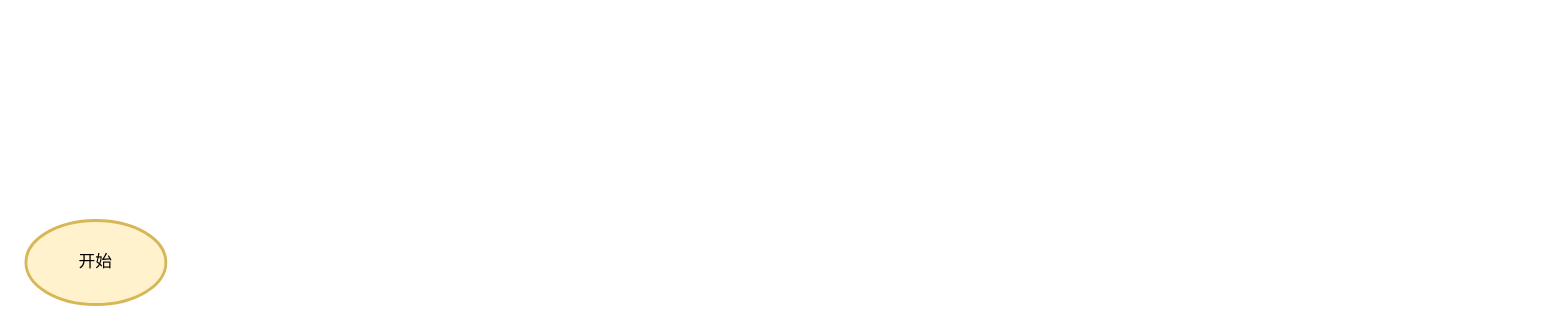
This is uml/未命名绘图.drawio from CIKE-peaked/mylib, a draw.io file, before an edit. Source tidied: cells renumbered, new cells numbered last; positions are measured from the earlier drawing's top-left corner, leaving out a move shared by most shapes. Both pictures are drawn from the tidied source at 140%, with x=0, y=0 at pixel (25, 220).
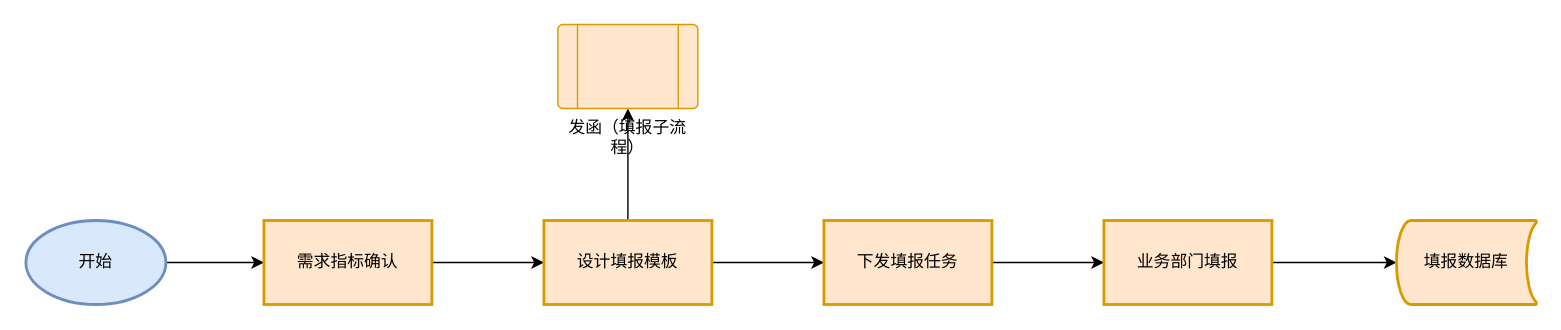
The same page after the edit.

Commit message (it also covers changes not shown here):
更新未命名绘图.drawio

Diff of the diagram source:
```diff
@@
 <mxGraphModel>
   <root>
     <mxCell id="0" />
     <mxCell id="1" parent="0" />
+    <mxCell id="3" style="edgeStyle=orthogonalEdgeStyle;rounded=0;jettySize=auto;html=1;" parent="1" edge="1" source="2" target="5">
+      <mxGeometry relative="1" as="geometry" />
+    </mxCell>
-    <mxCell id="2" value="开始" style="strokeWidth=2;html=1;shape=mxgraph.flowchart.start_1;whiteSpace=wrap;fillColor=#fff2cc;strokeColor=#d6b656;" parent="1" vertex="1">
+    <mxCell id="2" value="开始" style="strokeWidth=2;html=1;shape=mxgraph.flowchart.start_1;whiteSpace=wrap;fillColor=#dae8fc;strokeColor=#6c8ebf;" parent="1" vertex="1">
       <mxGeometry width="100" height="60" as="geometry" />
     </mxCell>
+    <mxCell id="4" style="edgeStyle=orthogonalEdgeStyle;rounded=0;jettySize=auto;html=1;" parent="1" edge="1" source="5" target="8">
+      <mxGeometry relative="1" as="geometry" />
+    </mxCell>
+    <mxCell id="5" value="需求指标确认" style="whiteSpace=wrap;html=1;fillColor=#ffe6cc;strokeColor=#d79b00;strokeWidth=2;" parent="1" vertex="1">
+      <mxGeometry x="170" width="120" height="60" as="geometry" />
+    </mxCell>
+    <mxCell id="6" style="edgeStyle=orthogonalEdgeStyle;rounded=0;jettySize=auto;html=1;" parent="1" edge="1" source="8" target="10">
+      <mxGeometry relative="1" as="geometry" />
+    </mxCell>
+    <mxCell id="7" style="edgeStyle=orthogonalEdgeStyle;rounded=0;jettySize=auto;html=1;" parent="1" edge="1" source="8" target="13">
+      <mxGeometry relative="1" as="geometry" />
+    </mxCell>
+    <mxCell id="8" value="设计填报模板" style="whiteSpace=wrap;html=1;fillColor=#ffe6cc;strokeColor=#d79b00;strokeWidth=2;" parent="1" vertex="1">
+      <mxGeometry x="370" width="120" height="60" as="geometry" />
+    </mxCell>
+    <mxCell id="9" style="edgeStyle=orthogonalEdgeStyle;rounded=0;jettySize=auto;html=1;" parent="1" edge="1" source="10" target="12">
+      <mxGeometry relative="1" as="geometry" />
+    </mxCell>
+    <mxCell id="10" value="下发填报任务" style="whiteSpace=wrap;html=1;fillColor=#ffe6cc;strokeColor=#d79b00;strokeWidth=2;" parent="1" vertex="1">
+      <mxGeometry x="570" width="120" height="60" as="geometry" />
+    </mxCell>
+    <mxCell id="11" style="edgeStyle=orthogonalEdgeStyle;rounded=0;jettySize=auto;html=1;" parent="1" edge="1" source="12" target="14">
+      <mxGeometry relative="1" as="geometry" />
+    </mxCell>
+    <mxCell id="12" value="业务部门填报" style="whiteSpace=wrap;html=1;fillColor=#ffe6cc;strokeColor=#d79b00;strokeWidth=2;" parent="1" vertex="1">
+      <mxGeometry x="770" width="120" height="60" as="geometry" />
+    </mxCell>
+    <mxCell id="13" value="发函（填报子流程）" style="verticalLabelPosition=bottom;verticalAlign=top;html=1;shape=process;whiteSpace=wrap;rounded=1;size=0.14;arcSize=6;fillColor=#ffe6cc;strokeColor=#d79b00;direction=west;" parent="1" vertex="1">
+      <mxGeometry x="380" y="-140" width="100" height="60" as="geometry" />
+    </mxCell>
+    <mxCell id="14" value="填报数据库" style="strokeWidth=2;html=1;shape=mxgraph.flowchart.stored_data;whiteSpace=wrap;fillColor=#ffe6cc;strokeColor=#d79b00;" parent="1" vertex="1">
+      <mxGeometry x="979" width="100" height="60" as="geometry" />
+    </mxCell>
   </root>
 </mxGraphModel>
```
